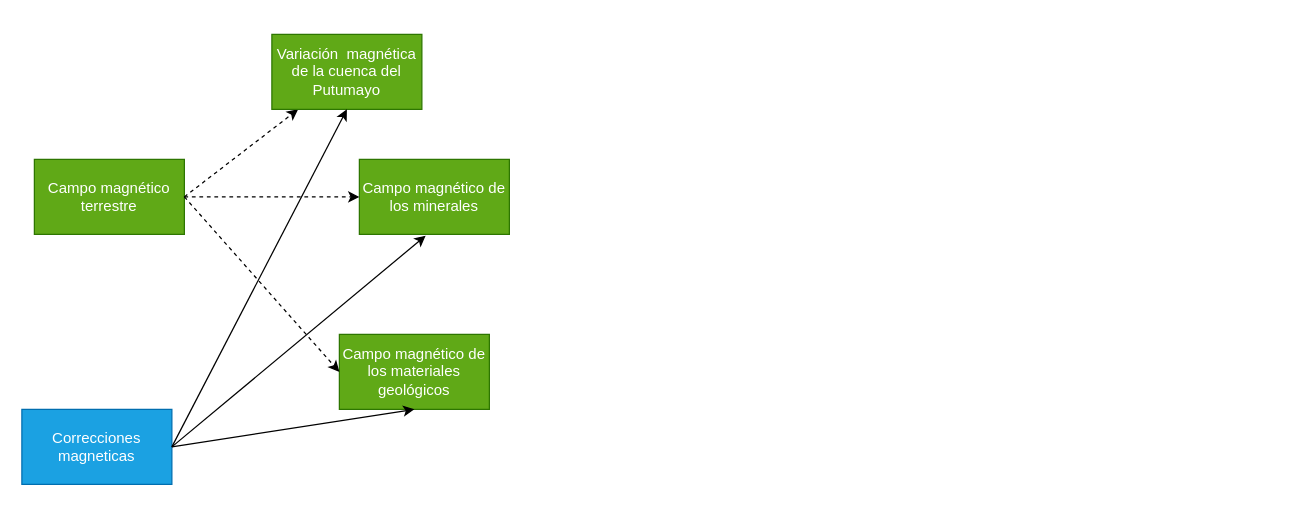
Earlier version of the draw.io diagram Diagrama sin título.drawio (S11031/Calculos-Geodesicos). Source tidied: cells renumbered, new cells numbered last; positions are measured from the earlier drawing's top-left corner, leaving out a move shared by most shapes. Both pictures are drawn from the tidied source at 125%, with x=0, y=0 at pixel (21, 34).
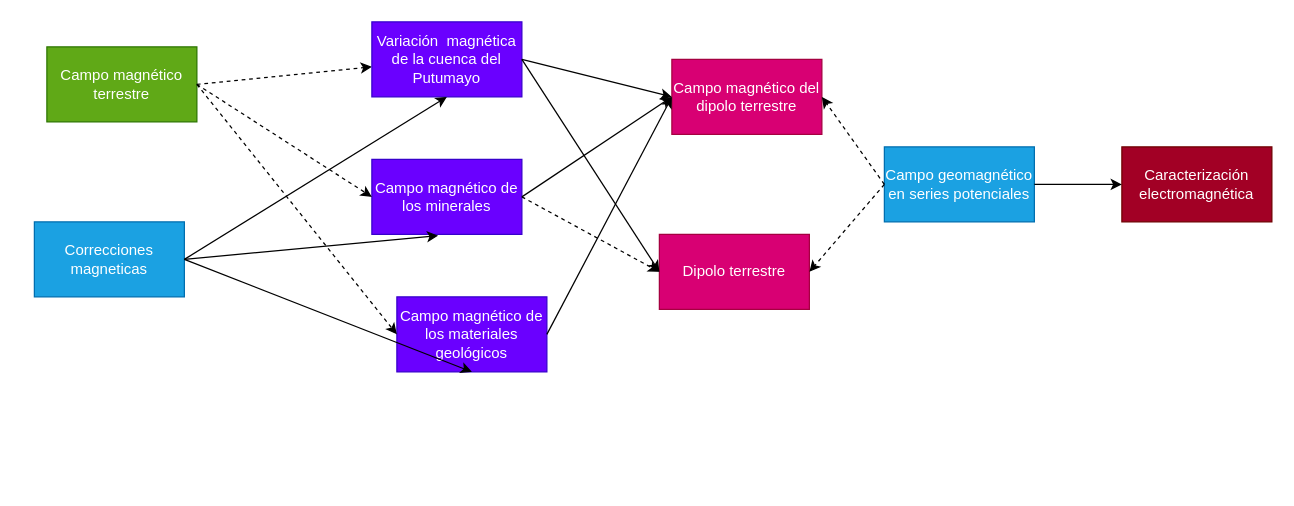
After the change.

Diff of the diagram source:
```diff
@@
     <mxCell id="2" value="Campo magnético terrestre" style="rounded=0;whiteSpace=wrap;html=1;fillColor=#60a917;fontColor=#ffffff;strokeColor=#2D7600;" parent="1" vertex="1">
-      <mxGeometry x="10" y="100" width="120" height="60" as="geometry" />
+      <mxGeometry x="20" y="10" width="120" height="60" as="geometry" />
     </mxCell>
@@
-    <mxCell id="4" value="Variación&amp;nbsp; magnética de la cuenca del Putumayo" style="rounded=0;whiteSpace=wrap;html=1;fillColor=#60a917;fontColor=#ffffff;strokeColor=#2D7600;" parent="1" vertex="1">
-      <mxGeometry x="200" width="120" height="60" as="geometry" />
+    <mxCell id="4" value="Variación&amp;nbsp; magnética de la cuenca del Putumayo" style="rounded=0;whiteSpace=wrap;html=1;fillColor=#6a00ff;fontColor=#ffffff;strokeColor=#3700CC;" parent="1" vertex="1">
+      <mxGeometry x="280" y="-10" width="120" height="60" as="geometry" />
     </mxCell>
-    <mxCell id="5" value="Campo magnético de los minerales" style="rounded=0;whiteSpace=wrap;html=1;fillColor=#60a917;fontColor=#ffffff;strokeColor=#2D7600;" parent="1" vertex="1">
-      <mxGeometry x="270" y="100" width="120" height="60" as="geometry" />
+    <mxCell id="5" value="Campo magnético de los minerales" style="rounded=0;whiteSpace=wrap;html=1;fillColor=#6a00ff;fontColor=#ffffff;strokeColor=#3700CC;" parent="1" vertex="1">
+      <mxGeometry x="280" y="100" width="120" height="60" as="geometry" />
     </mxCell>
@@
-    <mxCell id="7" value="Campo magnético de los materiales geológicos" style="rounded=0;whiteSpace=wrap;html=1;fillColor=#60a917;fontColor=#ffffff;strokeColor=#2D7600;" parent="1" vertex="1">
-      <mxGeometry x="254" y="240" width="120" height="60" as="geometry" />
+    <mxCell id="7" value="Campo magnético de los materiales geológicos" style="rounded=0;whiteSpace=wrap;html=1;fillColor=#6a00ff;fontColor=#ffffff;strokeColor=#3700CC;" parent="1" vertex="1">
+      <mxGeometry x="300" y="210" width="120" height="60" as="geometry" />
     </mxCell>
@@
     <mxCell id="9" value="Correcciones magneticas" style="rounded=0;whiteSpace=wrap;html=1;fillColor=#1ba1e2;fontColor=#ffffff;strokeColor=#006EAF;" parent="1" vertex="1">
-      <mxGeometry y="300" width="120" height="60" as="geometry" />
+      <mxGeometry x="10" y="150" width="120" height="60" as="geometry" />
     </mxCell>
@@
+    <mxCell id="13" value="Campo magnético del dipolo terrestre" style="rounded=0;whiteSpace=wrap;html=1;fillColor=#d80073;fontColor=#ffffff;strokeColor=#A50040;" parent="1" vertex="1">
+      <mxGeometry x="520" y="20" width="120" height="60" as="geometry" />
+    </mxCell>
+    <mxCell id="14" style="endArrow=classic;html=1;rounded=0;entryX=0;entryY=0.5;entryDx=0;entryDy=0;exitX=1;exitY=0.5;exitDx=0;exitDy=0;" parent="1" edge="1" source="4" target="13">
+      <mxGeometry relative="1" as="geometry" />
+    </mxCell>
+    <mxCell id="15" style="endArrow=classic;html=1;rounded=0;entryX=0;entryY=0.5;entryDx=0;entryDy=0;exitX=1;exitY=0.5;exitDx=0;exitDy=0;" parent="1" edge="1" source="5" target="13">
+      <mxGeometry relative="1" as="geometry" />
+    </mxCell>
+    <mxCell id="16" style="endArrow=classic;html=1;rounded=0;entryX=0;entryY=0.5;entryDx=0;entryDy=0;exitX=1;exitY=0.5;exitDx=0;exitDy=0;" parent="1" edge="1" source="7" target="13">
+      <mxGeometry relative="1" as="geometry" />
+    </mxCell>
+    <mxCell id="17" value="Dipolo terrestre" style="rounded=0;whiteSpace=wrap;html=1;fillColor=#d80073;fontColor=#ffffff;strokeColor=#A50040;" parent="1" vertex="1">
+      <mxGeometry x="510" y="160" width="120" height="60" as="geometry" />
+    </mxCell>
+    <mxCell id="18" style="endArrow=classic;html=1;rounded=0;exitX=1;exitY=0.5;exitDx=0;exitDy=0;entryX=0;entryY=0.5;entryDx=0;entryDy=0;dashed=1;" parent="1" edge="1" source="5" target="17">
+      <mxGeometry relative="1" as="geometry" />
+    </mxCell>
+    <mxCell id="19" value="Campo geomagnético en series potenciales" style="rounded=0;whiteSpace=wrap;html=1;fillColor=#1ba1e2;fontColor=#ffffff;strokeColor=#006EAF;" parent="1" vertex="1">
+      <mxGeometry x="690" y="90" width="120" height="60" as="geometry" />
+    </mxCell>
+    <mxCell id="20" style="endArrow=classic;html=1;rounded=0;exitX=1;exitY=0.5;exitDx=0;exitDy=0;entryX=0;entryY=0.5;entryDx=0;entryDy=0;" parent="1" edge="1" source="4" target="17">
+      <mxGeometry relative="1" as="geometry" />
+    </mxCell>
+    <mxCell id="21" style="endArrow=classic;html=1;rounded=0;entryX=1;entryY=0.5;entryDx=0;entryDy=0;exitX=0;exitY=0.5;exitDx=0;exitDy=0;dashed=1;" parent="1" edge="1" source="19" target="13">
+      <mxGeometry relative="1" as="geometry" />
+    </mxCell>
+    <mxCell id="22" style="endArrow=classic;html=1;rounded=0;entryX=1;entryY=0.5;entryDx=0;entryDy=0;exitX=0;exitY=0.5;exitDx=0;exitDy=0;dashed=1;" parent="1" edge="1" source="19" target="17">
+      <mxGeometry relative="1" as="geometry" />
+    </mxCell>
+    <mxCell id="23" value="Caracterización electromagnética" style="rounded=0;whiteSpace=wrap;html=1;fillColor=#a20025;fontColor=#ffffff;strokeColor=#6F0000;" parent="1" vertex="1">
+      <mxGeometry x="880" y="90" width="120" height="60" as="geometry" />
+    </mxCell>
+    <mxCell id="24" style="endArrow=classic;html=1;rounded=0;entryX=0;entryY=0.5;entryDx=0;entryDy=0;exitX=1;exitY=0.5;exitDx=0;exitDy=0;" parent="1" edge="1" source="19" target="23">
+      <mxGeometry relative="1" as="geometry" />
+    </mxCell>
```
